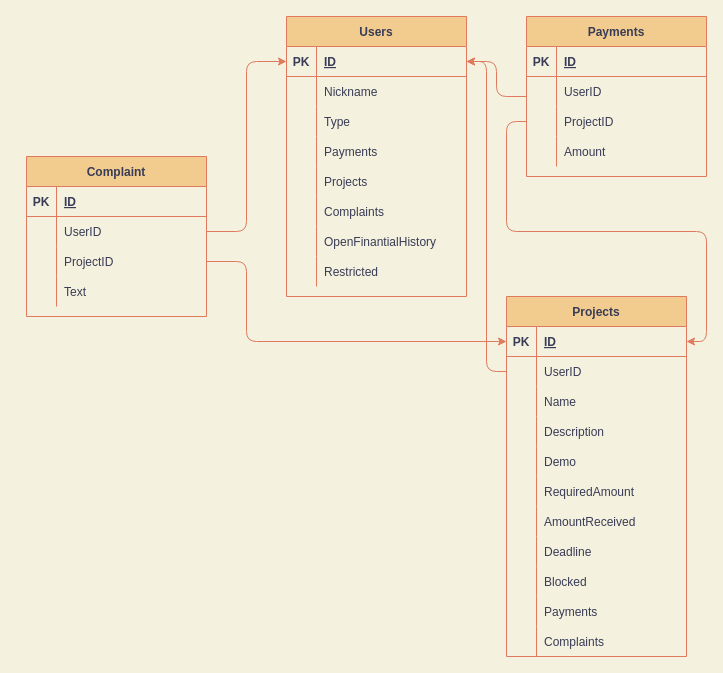
Before: Project Boost/Diagrams/Диаграмма БД.drawio in ShirChoi/Project-Boost, a draw.io diagram. Source tidied: cells renumbered, new cells numbered last; positions are measured from the earlier drawing's top-left corner, leaving out a move shared by most shapes. Both pictures are drawn from the tidied source at 100%, with x=0, y=0 at pixel (26, 16).
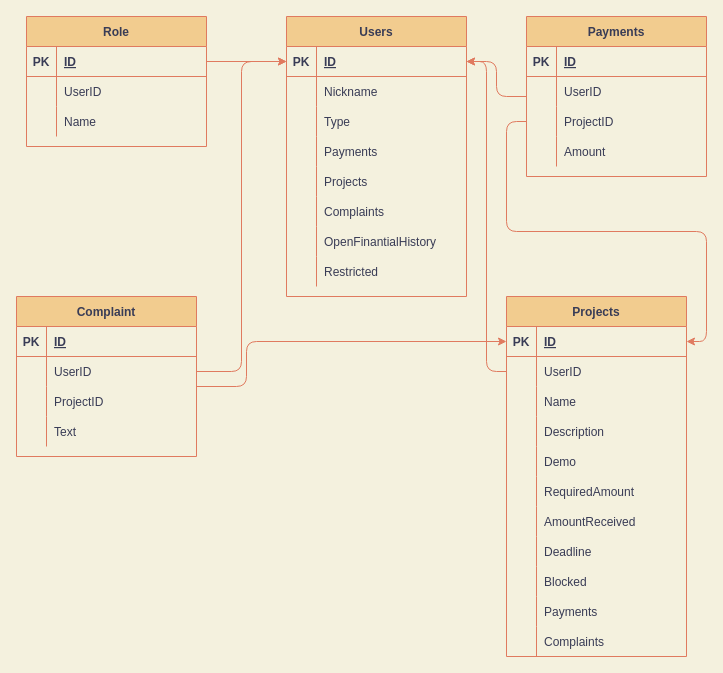
After the change.

Unchanged cells that the change refers to:
```xml
<mxCell id="3" style="shape=partialRectangle;fillColor=none;top=0;left=0;bottom=1;right=0;points=[[0,0.5],[1,0.5]];portConstraint=eastwest;strokeColor=#E07A5F;fontColor=#393C56;" parent="2" vertex="1">
  <mxGeometry y="30" width="180" height="30" as="geometry" />
</mxCell>
<mxCell id="42" style="shape=partialRectangle;fillColor=none;top=0;left=0;bottom=1;right=0;points=[[0,0.5],[1,0.5]];portConstraint=eastwest;strokeColor=#E07A5F;fontColor=#393C56;" parent="41" vertex="1">
  <mxGeometry y="30" width="180" height="30" as="geometry" />
</mxCell>
<mxCell id="82" style="shape=partialRectangle;fillColor=none;top=0;left=0;bottom=0;right=0;points=[[0,0.5],[1,0.5]];portConstraint=eastwest;rounded=0;sketch=0;fontColor=#393C56;strokeColor=#E07A5F;" parent="75" vertex="1">
  <mxGeometry y="90" width="180" height="30" as="geometry" />
</mxCell>
```

What changed in the source:
```diff
@@
     <mxCell id="75" value="Complaint" style="shape=table;startSize=30;childLayout=tableLayout;rowLines=0;fontStyle=1;align=center;rounded=0;sketch=0;fontColor=#393C56;strokeColor=#E07A5F;fillColor=#F2CC8F;" parent="1" vertex="1">
-      <mxGeometry y="140" width="180" height="160" as="geometry" />
+      <mxGeometry x="-10" y="280" width="180" height="160" as="geometry" />
     </mxCell>
@@
     <mxCell id="89" style="edgeStyle=orthogonalEdgeStyle;rounded=1;jettySize=auto;html=1;fillColor=#fa6800;strokeColor=#E07A5F;entryX=0;entryY=0.5;entryDx=0;entryDy=0;" parent="1" edge="1" source="82" target="42">
       <mxGeometry relative="1" as="geometry">
         <Array as="points">
-          <mxPoint x="220" y="245" />
+          <mxPoint x="220" y="370" />
           <mxPoint x="220" y="325" />
         </Array>
       </mxGeometry>
     </mxCell>
@@
+    <mxCell id="92" value="Role" style="shape=table;startSize=30;childLayout=tableLayout;rowLines=0;fontStyle=1;align=center;fillColor=#F2CC8F;strokeColor=#E07A5F;fontColor=#393C56;" parent="1" vertex="1">
+      <mxGeometry width="180" height="130" as="geometry" />
+    </mxCell>
+    <mxCell id="93" style="shape=partialRectangle;fillColor=none;top=0;left=0;bottom=1;right=0;points=[[0,0.5],[1,0.5]];portConstraint=eastwest;strokeColor=#E07A5F;fontColor=#393C56;" parent="92" vertex="1">
+      <mxGeometry y="30" width="180" height="30" as="geometry" />
+    </mxCell>
+    <mxCell id="94" value="PK" style="shape=partialRectangle;fillColor=none;top=0;left=0;bottom=0;right=0;fontStyle=1;overflow=hidden;strokeColor=#E07A5F;fontColor=#393C56;" parent="93" vertex="1">
+      <mxGeometry width="30" height="30" as="geometry" />
+    </mxCell>
+    <mxCell id="95" value="ID" style="shape=partialRectangle;fillColor=none;top=0;left=0;bottom=0;right=0;align=left;spacingLeft=6;fontStyle=5;overflow=hidden;strokeColor=#E07A5F;fontColor=#393C56;" parent="93" vertex="1">
+      <mxGeometry x="30" width="150" height="30" as="geometry" />
+    </mxCell>
+    <mxCell id="96" style="shape=partialRectangle;fillColor=none;top=0;left=0;bottom=0;right=0;strokeColor=#E07A5F;fontColor=#393C56;" parent="92" vertex="1">
+      <mxGeometry y="60" width="180" height="30" as="geometry" />
+    </mxCell>
+    <mxCell id="97" style="shape=partialRectangle;fillColor=none;top=0;left=0;bottom=0;right=0;overflow=hidden;strokeColor=#E07A5F;fontColor=#393C56;" parent="96" vertex="1">
+      <mxGeometry width="30" height="30" as="geometry" />
+    </mxCell>
+    <mxCell id="98" value="UserID" style="shape=partialRectangle;fillColor=none;top=0;left=0;bottom=0;right=0;align=left;spacingLeft=6;overflow=hidden;strokeColor=#E07A5F;fontColor=#393C56;" parent="96" vertex="1">
+      <mxGeometry x="30" width="150" height="30" as="geometry" />
+    </mxCell>
+    <mxCell id="99" style="shape=partialRectangle;fillColor=none;top=0;left=0;bottom=0;right=0;strokeColor=#E07A5F;fontColor=#393C56;" parent="92" vertex="1">
+      <mxGeometry y="90" width="180" height="30" as="geometry" />
+    </mxCell>
+    <mxCell id="100" style="shape=partialRectangle;fillColor=none;top=0;left=0;bottom=0;right=0;overflow=hidden;strokeColor=#E07A5F;fontColor=#393C56;" parent="99" vertex="1">
+      <mxGeometry width="30" height="30" as="geometry" />
+    </mxCell>
+    <mxCell id="101" value="Name" style="shape=partialRectangle;fillColor=none;top=0;left=0;bottom=0;right=0;align=left;spacingLeft=6;overflow=hidden;strokeColor=#E07A5F;fontColor=#393C56;" parent="99" vertex="1">
+      <mxGeometry x="30" width="150" height="30" as="geometry" />
+    </mxCell>
+    <mxCell id="102" style="edgeStyle=orthogonalEdgeStyle;curved=0;rounded=1;sketch=0;jettySize=auto;html=1;entryX=0;entryY=0.5;entryDx=0;entryDy=0;fontColor=#393C56;strokeColor=#E07A5F;labelBackgroundColor=#F4F1DE;exitX=1;exitY=0.5;exitDx=0;exitDy=0;" parent="1" edge="1" source="93" target="3">
+      <mxGeometry relative="1" as="geometry" />
+    </mxCell>
```
